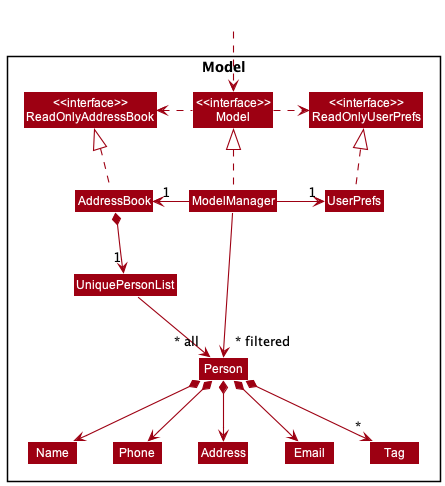
nus-cs2103-AY2223S1/tp keeps this PlantUML diagram as docs/images/ModelClassDiagram.png. Above is the earlier version.
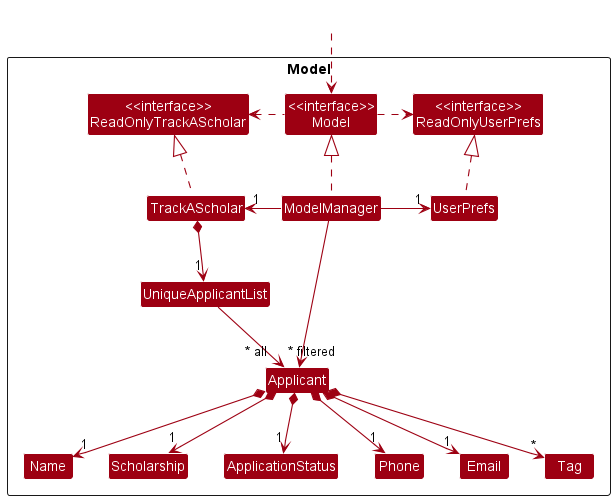
After the change.

The edit, as a diff of the source:
```diff
@@ -5,16 +5,17 @@
 skinparam classBackgroundColor MODEL_COLOR
 
 Package Model <<Rectangle>>{
-Class "<<interface>>\nReadOnlyAddressBook" as ReadOnlyAddressBook
+Class "<<interface>>\nReadOnlyTrackAScholar" as ReadOnlyTrackAScholar
 Class "<<interface>>\nReadOnlyUserPrefs" as ReadOnlyUserPrefs
 Class "<<interface>>\nModel" as Model
-Class AddressBook
+Class TrackAScholar
 Class ModelManager
 Class UserPrefs
 
-Class UniquePersonList
-Class Person
-Class Address
+Class UniqueApplicantList
+Class Applicant
+Class Scholarship
+Class ApplicationStatus
 Class Email
 Class Name
 Class Phone
@@ -25,26 +26,27 @@
 Class HiddenOutside #FFFFFF
 HiddenOutside ..> Model
 
-AddressBook .up.|> ReadOnlyAddressBook
+TrackAScholar .up.|> ReadOnlyTrackAScholar
 
 ModelManager .up.|> Model
 Model .right.> ReadOnlyUserPrefs
-Model .left.> ReadOnlyAddressBook
-ModelManager -left-> "1" AddressBook
+Model .left.> ReadOnlyTrackAScholar
+ModelManager -left-> "1" TrackAScholar
 ModelManager -right-> "1" UserPrefs
 UserPrefs .up.|> ReadOnlyUserPrefs
 
-AddressBook *--> "1" UniquePersonList
-UniquePersonList --> "~* all" Person
-Person *--> Name
-Person *--> Phone
-Person *--> Email
-Person *--> Address
-Person *--> "*" Tag
+TrackAScholar *--> "1" UniqueApplicantList
+UniqueApplicantList --> "~* filtered" Applicant
+Applicant *--> "1" Name
+Applicant *--> "1" Phone
+Applicant *--> "1" Email
+Applicant *--> "1" Scholarship
+Applicant *--> "1" ApplicationStatus
+Applicant *--> "*" Tag
 
-Name -[hidden]right-> Phone
-Phone -[hidden]right-> Address
-Address -[hidden]right-> Email
+Name -[hidden]right-> Scholarship
+Scholarship -[hidden]right-> ApplicationStatus
+Phone -[hidden]right-> Email
 
-ModelManager -->"~* filtered" Person
+ModelManager --> "~* all      " Applicant
 @enduml
```
